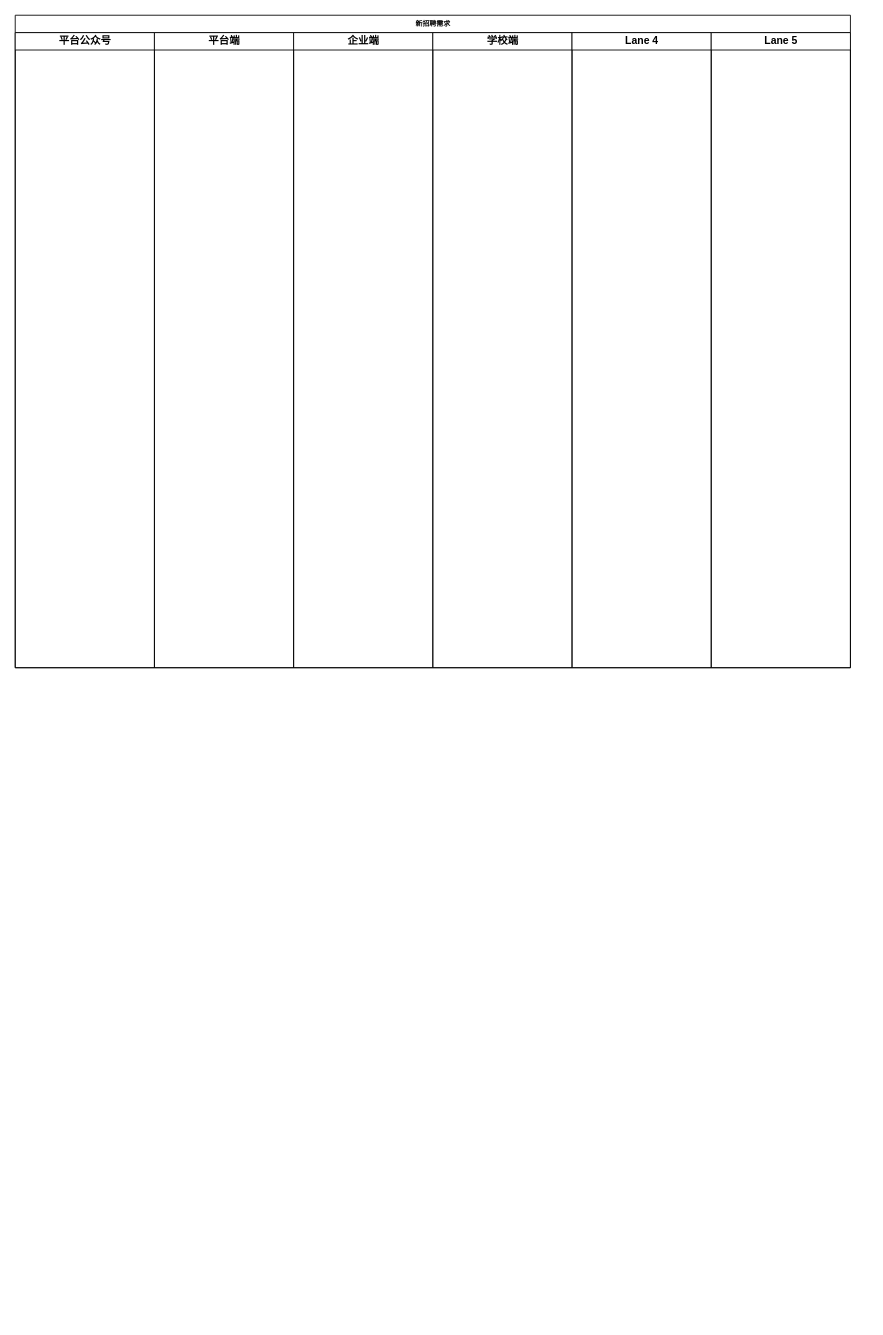
This is 新招聘需求.drawio from geekape/canvas, a draw.io file, before an edit. Source tidied: cells renumbered, new cells numbered last; positions are measured from the earlier drawing's top-left corner, leaving out a move shared by most shapes. Both pictures are drawn from the tidied source at 87%, with x=0, y=0 at pixel (15, 15).
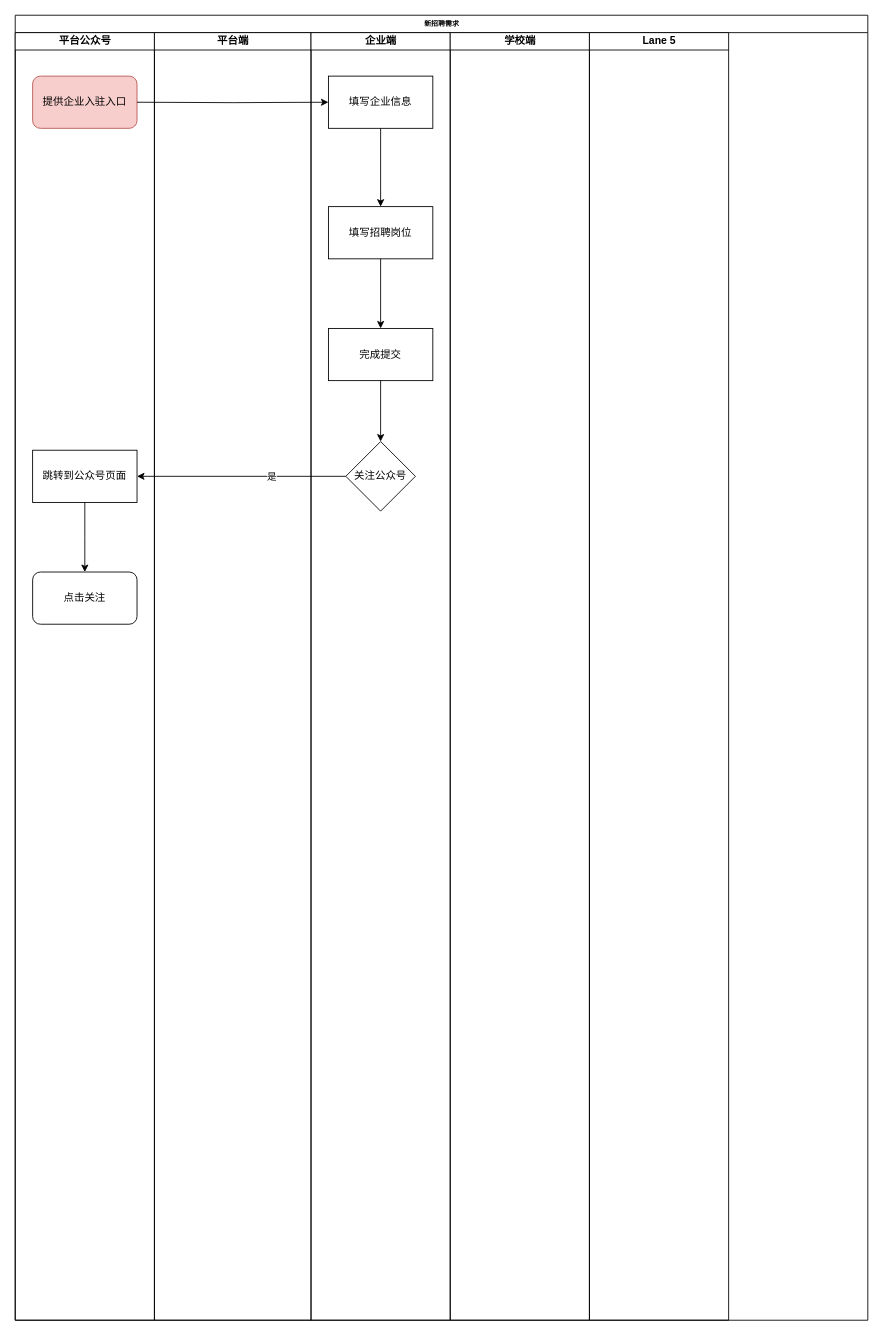
Above is the later version.

Commit message (it also covers changes not shown here):
Update 新招聘需求.drawio

The edit, as a diff of the source:
```diff
@@
     <mxCell id="2" value="新招聘需求" style="swimlane;html=1;startSize=20;rounded=0;shadow=0;labelBackgroundColor=none;strokeWidth=1;fontFamily=Verdana;fontSize=8;align=center;" parent="1" vertex="1">
-      <mxGeometry width="960" height="750" as="geometry" />
+      <mxGeometry width="980" height="1500" as="geometry" />
     </mxCell>
     <mxCell id="3" value="平台公众号" style="swimlane;html=1;startSize=20;" parent="2" vertex="1">
-      <mxGeometry y="20" width="160" height="730" as="geometry" />
+      <mxGeometry y="20" width="160" height="1480" as="geometry" />
     </mxCell>
+    <mxCell id="20" style="edgeStyle=orthogonalEdgeStyle;rounded=0;jettySize=auto;html=1;" parent="3" edge="1" source="21">
+      <mxGeometry relative="1" as="geometry">
+        <mxPoint x="80" y="620" as="targetPoint" />
+      </mxGeometry>
+    </mxCell>
+    <mxCell id="21" value="跳转到公众号页面" style="whiteSpace=wrap;html=1;rounded=0;" parent="3" vertex="1">
+      <mxGeometry x="20" y="480" width="120" height="60" as="geometry" />
+    </mxCell>
+    <mxCell id="22" value="提供企业入驻入口" style="rounded=1;whiteSpace=wrap;html=1;fillColor=#f8cecc;strokeColor=#b85450;" parent="3" vertex="1">
+      <mxGeometry x="20" y="50" width="120" height="60" as="geometry" />
+    </mxCell>
+    <mxCell id="23" value="点击关注" style="rounded=1;whiteSpace=wrap;html=1;" parent="3" vertex="1">
+      <mxGeometry x="20" y="620" width="120" height="60" as="geometry" />
+    </mxCell>
@@
-    <mxCell id="9" value="平台端" style="swimlane;html=1;startSize=20;" parent="2" vertex="1">
-      <mxGeometry x="160" y="20" width="160" height="730" as="geometry" />
-    </mxCell>
-    <mxCell id="10" value="企业端" style="swimlane;html=1;startSize=20;" parent="2" vertex="1">
-      <mxGeometry x="320" y="20" width="160" height="730" as="geometry" />
+    <mxCell id="10" value="平台端" style="swimlane;html=1;startSize=20;" parent="2" vertex="1">
+      <mxGeometry x="160" y="20" width="180" height="1480" as="geometry" />
     </mxCell>
-    <mxCell id="11" value="学校端" style="swimlane;html=1;startSize=20;" parent="2" vertex="1">
-      <mxGeometry x="480" y="20" width="160" height="730" as="geometry" />
+    <mxCell id="11" value="企业端" style="swimlane;html=1;startSize=20;" parent="2" vertex="1">
+      <mxGeometry x="340" y="20" width="160" height="1480" as="geometry" />
     </mxCell>
@@
+    <mxCell id="24" value="填写企业信息" style="rounded=0;whiteSpace=wrap;html=1;" parent="11" vertex="1">
+      <mxGeometry x="20" y="50" width="120" height="60" as="geometry" />
+    </mxCell>
+    <mxCell id="25" value="填写招聘岗位" style="rounded=0;whiteSpace=wrap;html=1;" parent="11" vertex="1">
+      <mxGeometry x="20" y="200" width="120" height="60" as="geometry" />
+    </mxCell>
+    <mxCell id="26" style="edgeStyle=orthogonalEdgeStyle;rounded=0;jettySize=auto;html=1;" parent="11" edge="1" source="24" target="25">
+      <mxGeometry relative="1" as="geometry" />
+    </mxCell>
+    <mxCell id="27" value="完成提交" style="rounded=0;whiteSpace=wrap;html=1;" parent="11" vertex="1">
+      <mxGeometry x="20" y="340" width="120" height="60" as="geometry" />
+    </mxCell>
+    <mxCell id="28" value="关注公众号" style="rhombus;whiteSpace=wrap;html=1;rounded=0;" parent="11" vertex="1">
+      <mxGeometry x="40" y="470" width="80" height="80" as="geometry" />
+    </mxCell>
+    <mxCell id="29" style="edgeStyle=orthogonalEdgeStyle;rounded=0;jettySize=auto;html=1;" parent="11" edge="1" source="25" target="27">
+      <mxGeometry relative="1" as="geometry" />
+    </mxCell>
+    <mxCell id="30" style="edgeStyle=orthogonalEdgeStyle;rounded=0;jettySize=auto;html=1;" parent="11" edge="1" source="27" target="28">
+      <mxGeometry relative="1" as="geometry" />
+    </mxCell>
-    <mxCell id="13" value="Lane 4" style="swimlane;html=1;startSize=20;" parent="2" vertex="1">
-      <mxGeometry x="640" y="20" width="160" height="730" as="geometry" />
+    <mxCell id="13" value="学校端" style="swimlane;html=1;startSize=20;" parent="2" vertex="1">
+      <mxGeometry x="500" y="20" width="160" height="1480" as="geometry" />
     </mxCell>
@@
     <mxCell id="17" value="Lane 5" style="swimlane;html=1;startSize=20;" parent="2" vertex="1">
-      <mxGeometry x="800" y="20" width="160" height="730" as="geometry" />
+      <mxGeometry x="660" y="20" width="160" height="1480" as="geometry" />
     </mxCell>
@@
+    <mxCell id="31" style="edgeStyle=orthogonalEdgeStyle;rounded=0;jettySize=auto;html=1;" parent="2" edge="1" target="24">
+      <mxGeometry relative="1" as="geometry">
+        <mxPoint x="140" y="100" as="sourcePoint" />
+      </mxGeometry>
+    </mxCell>
+    <mxCell id="32" style="edgeStyle=orthogonalEdgeStyle;rounded=0;jettySize=auto;html=1;" parent="2" edge="1" source="28" target="21">
+      <mxGeometry relative="1" as="geometry" />
+    </mxCell>
+    <mxCell id="33" value="是" style="edgeLabel;html=1;align=center;verticalAlign=middle;" parent="32" vertex="1">
+      <mxGeometry x="-0.28" relative="1" as="geometry" />
+    </mxCell>
```
